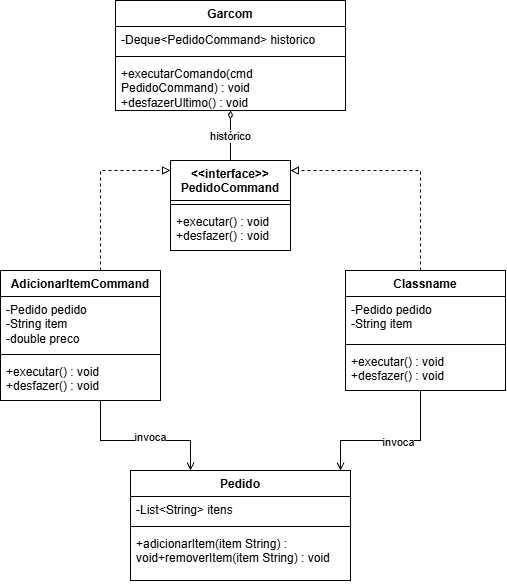
Before: diagrams/command.png, a diagram exported from draw.io (viniciusmachadovianna/hamburgueria). Source tidied: cells renumbered, new cells last; positions are measured from the earlier drawing's top-left corner, leaving out a move shared by most shapes.
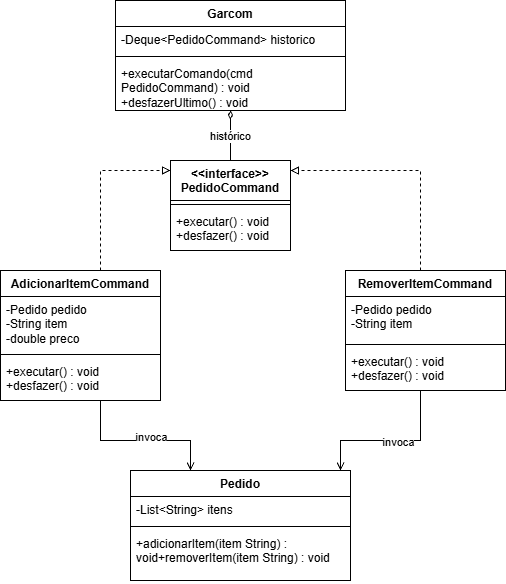
Later version of the same file.

Change to the diagram source:
```diff
@@ -32,7 +32,7 @@
         </Array>
       </mxGeometry>
     </mxCell>
-    <mxCell id="9" value="Classname" style="swimlane;fontStyle=1;align=center;verticalAlign=top;horizontal=1;startSize=26;whiteSpace=wrap;html=1;" parent="1" vertex="1">
+    <mxCell id="9" value="RemoverItemCommand" style="swimlane;fontStyle=1;align=center;verticalAlign=top;horizontal=1;startSize=26;whiteSpace=wrap;html=1;" parent="1" vertex="1">
       <mxGeometry x="345" y="270" width="160" height="120" as="geometry" />
     </mxCell>
     <mxCell id="10" value="-Pedido pedido&lt;div&gt;-String item&lt;/div&gt;" style="text;strokeColor=none;fillColor=none;align=left;verticalAlign=top;spacingLeft=4;spacingRight=4;overflow=hidden;whiteSpace=wrap;html=1;" parent="9" vertex="1">
```
